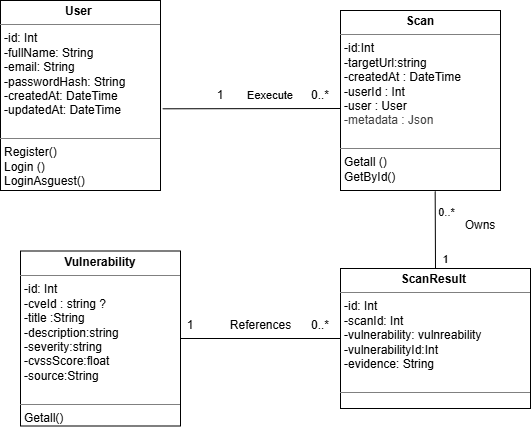
The draw.io diagram uploads/diagrams/sprint 2 classe diagram.drawio.png in guizanimohamed23/report, before a commit. Source tidied: cells renumbered, new cells last; positions are measured from the earlier drawing's top-left corner, leaving out a move shared by most shapes.
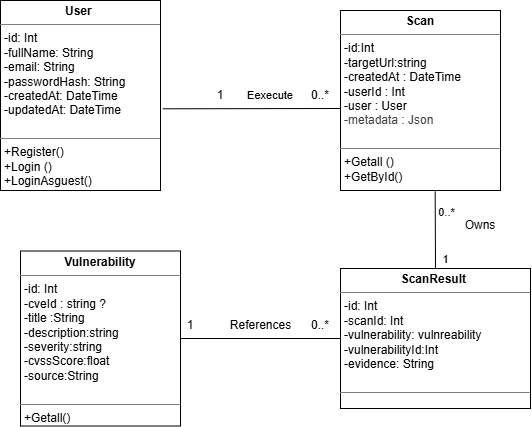
The same file after the commit.

The edit, as a diff of the source:
```diff
@@ -46,16 +46,16 @@
     <mxCell id="12" value="0..*" style="text;html=1;whiteSpace=wrap;strokeColor=none;fillColor=none;align=center;verticalAlign=middle;rounded=0;" parent="1" vertex="1">
       <mxGeometry x="290" y="310" width="60" height="30" as="geometry" />
     </mxCell>
-    <mxCell id="13" value="&lt;p style=&quot;margin:0px;margin-top:4px;text-align:center;&quot;&gt;&lt;b&gt;User&amp;nbsp;&lt;/b&gt;&lt;/p&gt;&lt;hr size=&quot;1&quot; style=&quot;border-style:solid;&quot;&gt;&lt;p style=&quot;margin:0px;margin-left:4px;&quot;&gt;-id: Int&lt;/p&gt;&lt;p style=&quot;margin:0px;margin-left:4px;&quot;&gt;-fullName: String&lt;/p&gt;&lt;p style=&quot;margin:0px;margin-left:4px;&quot;&gt;-email: String&lt;/p&gt;&lt;p style=&quot;margin:0px;margin-left:4px;&quot;&gt;-passwordHash: String&lt;/p&gt;&lt;p style=&quot;margin:0px;margin-left:4px;&quot;&gt;-createdAt: DateTime&lt;/p&gt;&lt;p style=&quot;margin:0px;margin-left:4px;&quot;&gt;-updatedAt: DateTime&lt;/p&gt;&lt;p style=&quot;margin:0px;margin-left:4px;&quot;&gt;&lt;br&gt;&lt;/p&gt;&lt;hr size=&quot;1&quot; style=&quot;border-style:solid;&quot;&gt;&lt;p style=&quot;margin:0px;margin-left:4px;&quot;&gt;Register()&lt;/p&gt;&lt;p style=&quot;margin:0px;margin-left:4px;&quot;&gt;Login ()&lt;/p&gt;&lt;p style=&quot;margin:0px;margin-left:4px;&quot;&gt;LoginAsguest()&lt;br&gt;&lt;br&gt;&lt;/p&gt;" style="verticalAlign=top;align=left;overflow=fill;html=1;whiteSpace=wrap;" parent="1" vertex="1">
+    <mxCell id="13" value="&lt;p style=&quot;margin:0px;margin-top:4px;text-align:center;&quot;&gt;&lt;b&gt;User&amp;nbsp;&lt;/b&gt;&lt;/p&gt;&lt;hr size=&quot;1&quot; style=&quot;border-style:solid;&quot;&gt;&lt;p style=&quot;margin:0px;margin-left:4px;&quot;&gt;-id: Int&lt;/p&gt;&lt;p style=&quot;margin:0px;margin-left:4px;&quot;&gt;-fullName: String&lt;/p&gt;&lt;p style=&quot;margin:0px;margin-left:4px;&quot;&gt;-email: String&lt;/p&gt;&lt;p style=&quot;margin:0px;margin-left:4px;&quot;&gt;-passwordHash: String&lt;/p&gt;&lt;p style=&quot;margin:0px;margin-left:4px;&quot;&gt;-createdAt: DateTime&lt;/p&gt;&lt;p style=&quot;margin:0px;margin-left:4px;&quot;&gt;-updatedAt: DateTime&lt;/p&gt;&lt;p style=&quot;margin:0px;margin-left:4px;&quot;&gt;&lt;br&gt;&lt;/p&gt;&lt;hr size=&quot;1&quot; style=&quot;border-style:solid;&quot;&gt;&lt;p style=&quot;margin:0px;margin-left:4px;&quot;&gt;+Register()&lt;/p&gt;&lt;p style=&quot;margin:0px;margin-left:4px;&quot;&gt;+Login ()&lt;/p&gt;&lt;p style=&quot;margin:0px;margin-left:4px;&quot;&gt;+LoginAsguest()&lt;br&gt;&lt;br&gt;&lt;/p&gt;" style="verticalAlign=top;align=left;overflow=fill;html=1;whiteSpace=wrap;" parent="1" vertex="1">
       <mxGeometry width="160" height="190" as="geometry" />
     </mxCell>
-    <mxCell id="14" value="&lt;p style=&quot;margin:0px;margin-top:4px;text-align:center;&quot;&gt;&lt;b&gt;Scan&lt;/b&gt;&lt;/p&gt;&lt;hr size=&quot;1&quot; style=&quot;border-style:solid;&quot;&gt;&lt;p style=&quot;margin:0px;margin-left:4px;&quot;&gt;-id:Int&lt;/p&gt;&lt;p style=&quot;margin:0px;margin-left:4px;&quot;&gt;-targetUrl:string&amp;nbsp;&lt;/p&gt;&lt;p style=&quot;margin:0px;margin-left:4px;&quot;&gt;-createdAt : DateTime&lt;/p&gt;&lt;p style=&quot;margin:0px;margin-left:4px;&quot;&gt;&lt;span style=&quot;background-color: transparent;&quot;&gt;&lt;font color=&quot;#000000&quot;&gt;-&lt;/font&gt;userId :&lt;/span&gt;&lt;span style=&quot;background-color: transparent; color: light-dark(rgb(0, 0, 0), rgb(255, 255, 255));&quot;&gt;&amp;nbsp;&lt;/span&gt;&lt;span style=&quot;background-color: transparent;&quot;&gt;Int&lt;/span&gt;&lt;/p&gt;&lt;p style=&quot;margin:0px;margin-left:4px;&quot;&gt;-user :&amp;nbsp;User&lt;/p&gt;&lt;p style=&quot;margin:0px;margin-left:4px;&quot;&gt;&lt;span style=&quot;color: rgb(63, 63, 63); background-color: transparent;&quot;&gt;-metadata :&amp;nbsp;Json&amp;nbsp;&lt;/span&gt;&lt;/p&gt;&lt;p style=&quot;margin:0px;margin-left:4px;&quot;&gt;&lt;br&gt;&lt;/p&gt;&lt;hr size=&quot;1&quot; style=&quot;border-style:solid;&quot;&gt;&lt;p style=&quot;margin:0px;margin-left:4px;&quot;&gt;Getall ()&lt;/p&gt;&lt;p style=&quot;margin:0px;margin-left:4px;&quot;&gt;GetById()&lt;br&gt;&lt;br&gt;&lt;/p&gt;" style="verticalAlign=top;align=left;overflow=fill;html=1;whiteSpace=wrap;" parent="1" vertex="1">
+    <mxCell id="14" value="&lt;p style=&quot;margin:0px;margin-top:4px;text-align:center;&quot;&gt;&lt;b&gt;Scan&lt;/b&gt;&lt;/p&gt;&lt;hr size=&quot;1&quot; style=&quot;border-style:solid;&quot;&gt;&lt;p style=&quot;margin:0px;margin-left:4px;&quot;&gt;-id:Int&lt;/p&gt;&lt;p style=&quot;margin:0px;margin-left:4px;&quot;&gt;-targetUrl:string&amp;nbsp;&lt;/p&gt;&lt;p style=&quot;margin:0px;margin-left:4px;&quot;&gt;-createdAt : DateTime&lt;/p&gt;&lt;p style=&quot;margin:0px;margin-left:4px;&quot;&gt;&lt;span style=&quot;background-color: transparent;&quot;&gt;&lt;font color=&quot;#000000&quot;&gt;-&lt;/font&gt;userId :&lt;/span&gt;&lt;span style=&quot;background-color: transparent; color: light-dark(rgb(0, 0, 0), rgb(255, 255, 255));&quot;&gt;&amp;nbsp;&lt;/span&gt;&lt;span style=&quot;background-color: transparent;&quot;&gt;Int&lt;/span&gt;&lt;/p&gt;&lt;p style=&quot;margin:0px;margin-left:4px;&quot;&gt;-user :&amp;nbsp;User&lt;/p&gt;&lt;p style=&quot;margin:0px;margin-left:4px;&quot;&gt;&lt;span style=&quot;color: rgb(63, 63, 63); background-color: transparent;&quot;&gt;-metadata :&amp;nbsp;Json&amp;nbsp;&lt;/span&gt;&lt;/p&gt;&lt;p style=&quot;margin:0px;margin-left:4px;&quot;&gt;&lt;br&gt;&lt;/p&gt;&lt;hr size=&quot;1&quot; style=&quot;border-style:solid;&quot;&gt;&lt;p style=&quot;margin:0px;margin-left:4px;&quot;&gt;+Getall ()&lt;/p&gt;&lt;p style=&quot;margin:0px;margin-left:4px;&quot;&gt;+GetById()&lt;br&gt;&lt;br&gt;&lt;/p&gt;" style="verticalAlign=top;align=left;overflow=fill;html=1;whiteSpace=wrap;" parent="1" vertex="1">
       <mxGeometry x="340" y="10" width="160" height="180" as="geometry" />
     </mxCell>
     <mxCell id="15" value="&lt;p style=&quot;margin:0px;margin-top:4px;text-align:center;&quot;&gt;&lt;b&gt;ScanResult&amp;nbsp;&lt;/b&gt;&lt;/p&gt;&lt;hr size=&quot;1&quot; style=&quot;border-style:solid;&quot;&gt;&lt;p style=&quot;margin:0px;margin-left:4px;&quot;&gt;-id: Int&lt;/p&gt;&lt;p style=&quot;margin:0px;margin-left:4px;&quot;&gt;-scanId: Int&lt;/p&gt;&lt;p style=&quot;margin:0px;margin-left:4px;&quot;&gt;-vulnerability: vulnreability&lt;/p&gt;&lt;p style=&quot;margin:0px;margin-left:4px;&quot;&gt;&lt;span style=&quot;background-color: transparent;&quot;&gt;-&lt;/span&gt;&lt;span style=&quot;background-color: transparent; color: light-dark(rgb(0, 0, 0), rgb(255, 255, 255));&quot;&gt;vulnerabilityId:Int&lt;/span&gt;&lt;/p&gt;&lt;p style=&quot;margin:0px;margin-left:4px;&quot;&gt;-evidence: String&lt;/p&gt;&lt;p style=&quot;margin:0px;margin-left:4px;&quot;&gt;&amp;nbsp;&lt;/p&gt;&lt;hr size=&quot;1&quot; style=&quot;border-style:solid;&quot;&gt;&lt;p style=&quot;margin:0px;margin-left:4px;&quot;&gt;&lt;br&gt;&lt;/p&gt;" style="verticalAlign=top;align=left;overflow=fill;html=1;whiteSpace=wrap;" parent="1" vertex="1">
       <mxGeometry x="340" y="268" width="190" height="140" as="geometry" />
     </mxCell>
-    <mxCell id="16" value="&lt;p style=&quot;margin:0px;margin-top:4px;text-align:center;&quot;&gt;&lt;b&gt;Vulnerability&lt;/b&gt;&lt;/p&gt;&lt;hr size=&quot;1&quot; style=&quot;border-style:solid;&quot;&gt;&lt;p style=&quot;margin:0px;margin-left:4px;&quot;&gt;-id: Int&lt;/p&gt;&lt;p style=&quot;margin:0px;margin-left:4px;&quot;&gt;-cveId : string ?&lt;/p&gt;&lt;p style=&quot;margin:0px;margin-left:4px;&quot;&gt;-title :String&lt;/p&gt;&lt;p style=&quot;margin:0px;margin-left:4px;&quot;&gt;-description:string&lt;/p&gt;&lt;p style=&quot;margin:0px;margin-left:4px;&quot;&gt;-severity:string&lt;/p&gt;&lt;p style=&quot;margin:0px;margin-left:4px;&quot;&gt;-cvssScore:float&amp;nbsp;&lt;/p&gt;&lt;p style=&quot;margin:0px;margin-left:4px;&quot;&gt;-source:String&amp;nbsp;&lt;/p&gt;&lt;p style=&quot;margin:0px;margin-left:4px;&quot;&gt;&lt;br&gt;&lt;/p&gt;&lt;hr size=&quot;1&quot; style=&quot;border-style:solid;&quot;&gt;&lt;p style=&quot;margin:0px;margin-left:4px;&quot;&gt;Getall()&lt;/p&gt;" style="verticalAlign=top;align=left;overflow=fill;html=1;whiteSpace=wrap;" parent="1" vertex="1">
+    <mxCell id="16" value="&lt;p style=&quot;margin:0px;margin-top:4px;text-align:center;&quot;&gt;&lt;b&gt;Vulnerability&lt;/b&gt;&lt;/p&gt;&lt;hr size=&quot;1&quot; style=&quot;border-style:solid;&quot;&gt;&lt;p style=&quot;margin:0px;margin-left:4px;&quot;&gt;-id: Int&lt;/p&gt;&lt;p style=&quot;margin:0px;margin-left:4px;&quot;&gt;-cveId : string ?&lt;/p&gt;&lt;p style=&quot;margin:0px;margin-left:4px;&quot;&gt;-title :String&lt;/p&gt;&lt;p style=&quot;margin:0px;margin-left:4px;&quot;&gt;-description:string&lt;/p&gt;&lt;p style=&quot;margin:0px;margin-left:4px;&quot;&gt;-severity:string&lt;/p&gt;&lt;p style=&quot;margin:0px;margin-left:4px;&quot;&gt;-cvssScore:float&amp;nbsp;&lt;/p&gt;&lt;p style=&quot;margin:0px;margin-left:4px;&quot;&gt;-source:String&amp;nbsp;&lt;/p&gt;&lt;p style=&quot;margin:0px;margin-left:4px;&quot;&gt;&lt;br&gt;&lt;/p&gt;&lt;hr size=&quot;1&quot; style=&quot;border-style:solid;&quot;&gt;&lt;p style=&quot;margin:0px;margin-left:4px;&quot;&gt;+Getall()&lt;/p&gt;" style="verticalAlign=top;align=left;overflow=fill;html=1;whiteSpace=wrap;" parent="1" vertex="1">
       <mxGeometry x="20" y="250.5" width="160" height="175" as="geometry" />
     </mxCell>
     <mxCell id="17" value="References" style="text;html=1;align=center;verticalAlign=middle;strokeColor=none;fillColor=none;" parent="1" vertex="1">
```
